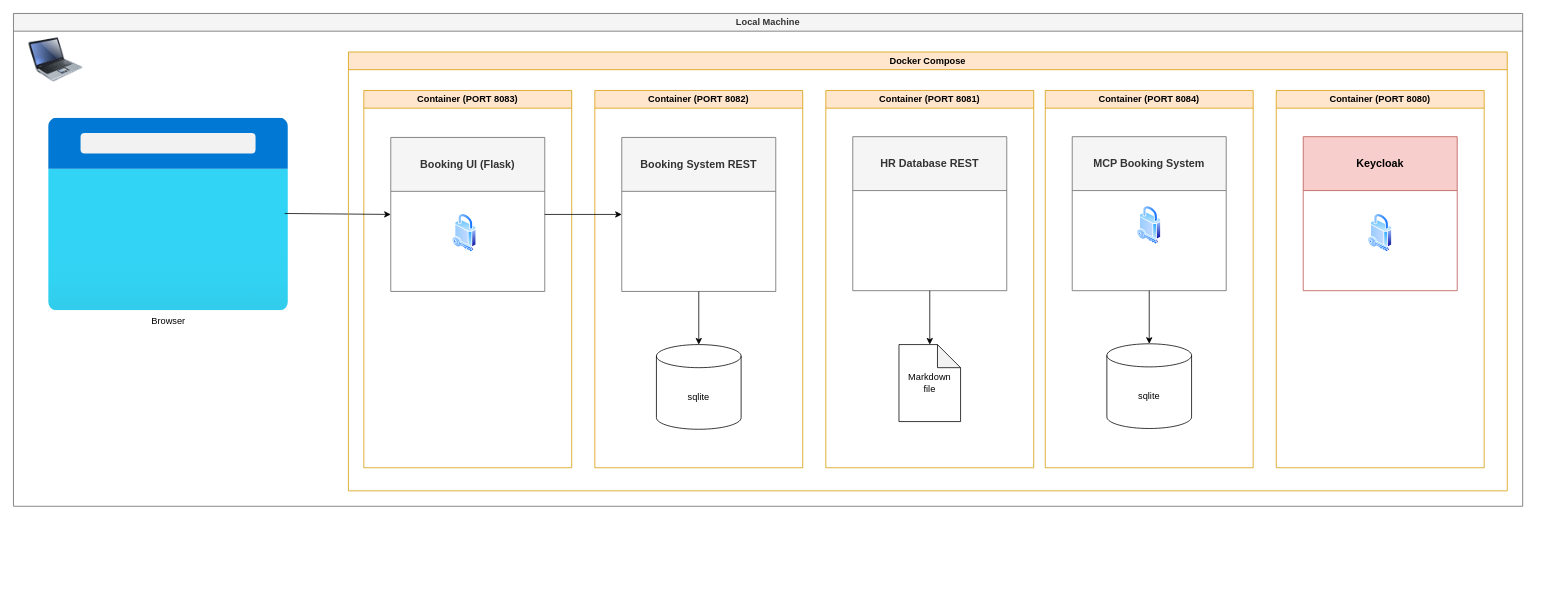
Earlier version of the draw.io diagram page "3-Booking-Applications-Docker-Compose" (3 of 5) of architecture/galaxim-travel-infrastructure.drawio (thomassuedbroecker/galaxium-travels-infrastructure-tsuedbro). Source tidied: cells renumbered, new cells numbered last; positions are measured from the earlier drawing's top-left corner, leaving out a move shared by most shapes. Both pictures are drawn from the tidied source at 77%, with x=0, y=0 at pixel (13, 13).
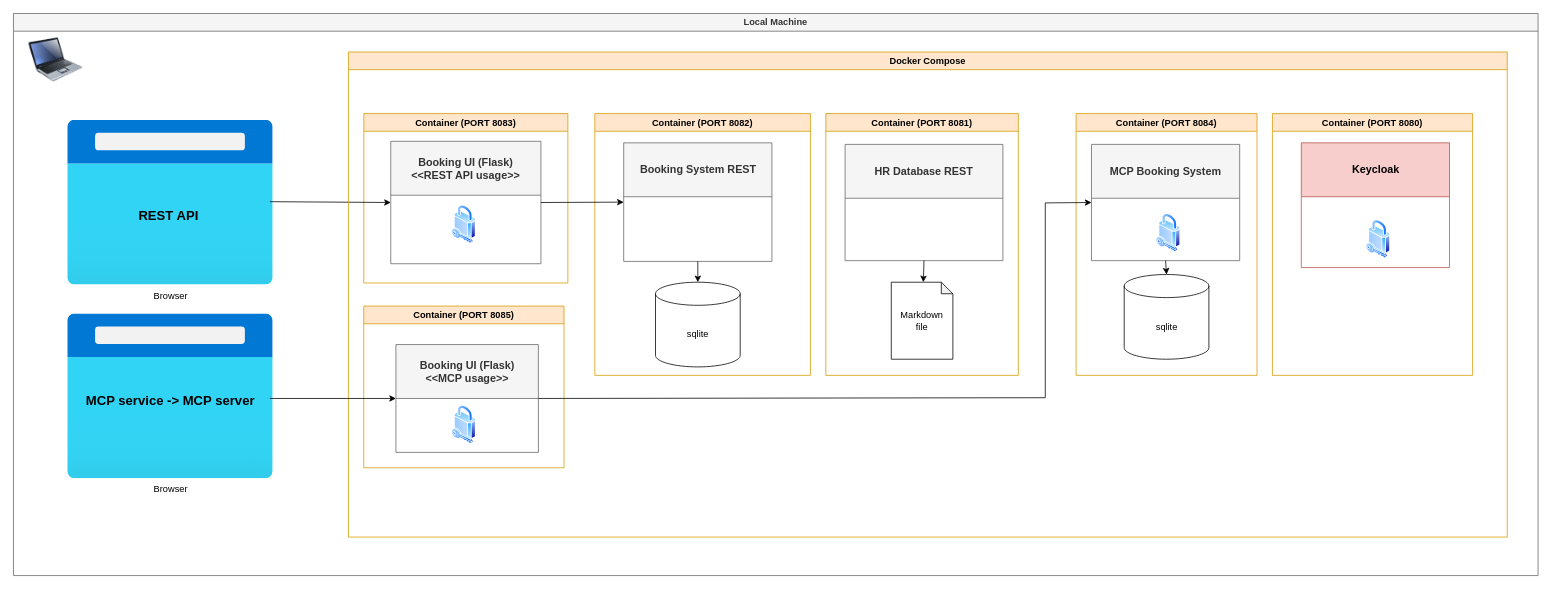
After the change.

What changed in the source:
```diff
@@
     <mxCell id="2" value="Local Machine" style="swimlane;whiteSpace=wrap;html=1;fillColor=#f5f5f5;strokeColor=#666666;fontColor=#333333;" parent="1" vertex="1">
-      <mxGeometry width="1960" height="640" as="geometry" />
+      <mxGeometry width="1980" height="730" as="geometry" />
     </mxCell>
     <mxCell id="3" value="Browser" style="image;html=1;points=[];align=center;fontSize=12;image=img/lib/azure2/general/Browser.svg;" parent="2" vertex="1">
-      <mxGeometry x="45" y="136" width="312.5" height="250" as="geometry" />
+      <mxGeometry x="70" y="138.5" width="267.5" height="214" as="geometry" />
     </mxCell>
     <mxCell id="4" value="Container (PORT 8083)" style="swimlane;whiteSpace=wrap;html=1;fillColor=#ffe6cc;strokeColor=#d79b00;" parent="2" vertex="1">
-      <mxGeometry x="455" y="100" width="270" height="490" as="geometry" />
+      <mxGeometry x="455" y="130" width="265" height="220" as="geometry" />
     </mxCell>
+    <mxCell id="6" style="endArrow=classic;html=1;rounded=0;entryX=0;entryY=0.5;entryDx=0;entryDy=0;exitX=0.983;exitY=0.495;exitDx=0;exitDy=0;exitPerimeter=0;" parent="2" edge="1" source="3" target="5">
+      <mxGeometry relative="1" as="geometry" />
+    </mxCell>
+    <mxCell id="12" value="Docker Compose" style="swimlane;whiteSpace=wrap;html=1;fillColor=#ffe6cc;strokeColor=#d79b00;" parent="2" vertex="1">
+      <mxGeometry x="435" y="50" width="1505" height="630" as="geometry" />
+    </mxCell>
+    <mxCell id="13" value="Container (PORT 8081)" style="swimlane;whiteSpace=wrap;html=1;fillColor=#ffe6cc;strokeColor=#d79b00;" parent="12" vertex="1">
+      <mxGeometry x="620" y="80" width="250" height="340" as="geometry" />
+    </mxCell>
+    <mxCell id="22" value="Container (PORT 8080)" style="swimlane;whiteSpace=wrap;html=1;fillColor=#ffe6cc;strokeColor=#d79b00;" parent="12" vertex="1">
+      <mxGeometry x="1200" y="80" width="260" height="340" as="geometry" />
+    </mxCell>
+    <mxCell id="23" value="&lt;font style=&quot;font-size: 14px;&quot;&gt;Keycloak&lt;/font&gt;" style="swimlane;whiteSpace=wrap;html=1;fillColor=#f8cecc;strokeColor=#b85450;startSize=70;" parent="22" vertex="1">
+      <mxGeometry x="37.5" y="38" width="192.5" height="162" as="geometry" />
+    </mxCell>
+    <mxCell id="24" style="image;perimeter=ellipsePerimeter;html=1;align=center;shadow=0;dashed=0;spacingTop=3;image=img/lib/active_directory/security.svg;" parent="23" vertex="1">
+      <mxGeometry x="84.2" y="100" width="31.5" height="50" as="geometry" />
+    </mxCell>
+    <mxCell id="27" value="Container (PORT 8085)" style="swimlane;whiteSpace=wrap;html=1;fillColor=#ffe6cc;strokeColor=#d79b00;" parent="12" vertex="1">
+      <mxGeometry x="19.9" y="330" width="260.1" height="210" as="geometry" />
+    </mxCell>
+    <mxCell id="28" value="&lt;font style=&quot;font-size: 14px;&quot;&gt;Booking UI (Flask)&lt;br&gt;&amp;lt;&amp;lt;MCP usage&amp;gt;&amp;gt;&lt;/font&gt;" style="swimlane;whiteSpace=wrap;html=1;fillColor=#f5f5f5;fontColor=#333333;strokeColor=#666666;startSize=70;" parent="27" vertex="1">
+      <mxGeometry x="41.8" y="50" width="185" height="140" as="geometry" />
+    </mxCell>
+    <mxCell id="29" style="image;perimeter=ellipsePerimeter;html=1;align=center;shadow=0;dashed=0;spacingTop=3;image=img/lib/active_directory/security.svg;" parent="28" vertex="1">
+      <mxGeometry x="72.6" y="79" width="31.5" height="50" as="geometry" />
+    </mxCell>
-    <mxCell id="5" value="&lt;font style=&quot;font-size: 14px;&quot;&gt;Booking UI (Flask)&lt;/font&gt;" style="swimlane;whiteSpace=wrap;html=1;fillColor=#f5f5f5;fontColor=#333333;strokeColor=#666666;startSize=70;" parent="4" vertex="1">
-      <mxGeometry x="35" y="61" width="200" height="200" as="geometry" />
+    <mxCell id="5" value="&lt;font style=&quot;font-size: 14px;&quot;&gt;Booking UI (Flask)&lt;br&gt;&amp;lt;&amp;lt;REST API usage&amp;gt;&amp;gt;&lt;/font&gt;" style="swimlane;whiteSpace=wrap;html=1;fillColor=#f5f5f5;fontColor=#333333;strokeColor=#666666;startSize=70;" parent="12" vertex="1">
+      <mxGeometry x="55" y="116" width="195" height="159" as="geometry" />
     </mxCell>
-    <mxCell id="6" style="endArrow=classic;html=1;rounded=0;entryX=0;entryY=0.5;entryDx=0;entryDy=0;exitX=0.983;exitY=0.495;exitDx=0;exitDy=0;exitPerimeter=0;" parent="2" edge="1" source="3" target="5">
-      <mxGeometry relative="1" as="geometry" />
-    </mxCell>
+    <mxCell id="25" style="image;perimeter=ellipsePerimeter;html=1;align=center;shadow=0;dashed=0;spacingTop=3;image=img/lib/active_directory/security.svg;" parent="5" vertex="1">
+      <mxGeometry x="79.2" y="83" width="31.5" height="50" as="geometry" />
+    </mxCell>
-    <mxCell id="7" value="Container (PORT 8082)" style="swimlane;whiteSpace=wrap;html=1;fillColor=#ffe6cc;strokeColor=#d79b00;" parent="2" vertex="1">
-      <mxGeometry x="755" y="100" width="270" height="490" as="geometry" />
+    <mxCell id="7" value="Container (PORT 8082)" style="swimlane;whiteSpace=wrap;html=1;fillColor=#ffe6cc;strokeColor=#d79b00;" parent="12" vertex="1">
+      <mxGeometry x="320" y="80" width="280" height="340" as="geometry" />
     </mxCell>
     <mxCell id="8" value="&lt;font style=&quot;font-size: 14px;&quot;&gt;Booking System REST&lt;/font&gt;" style="swimlane;whiteSpace=wrap;html=1;fillColor=#f5f5f5;fontColor=#333333;strokeColor=#666666;startSize=70;" parent="7" vertex="1">
-      <mxGeometry x="35" y="61" width="200" height="200" as="geometry" />
+      <mxGeometry x="37.5" y="38" width="192.5" height="154" as="geometry" />
     </mxCell>
@@
     <mxCell id="10" value="sqlite" style="shape=cylinder3;whiteSpace=wrap;html=1;boundedLbl=1;backgroundOutline=1;size=15;" parent="7" vertex="1">
-      <mxGeometry x="80" y="330" width="110" height="110" as="geometry" />
+      <mxGeometry x="78.8" y="219" width="110" height="110" as="geometry" />
     </mxCell>
-    <mxCell id="11" style="endArrow=classic;html=1;rounded=0;entryX=0;entryY=0.5;entryDx=0;entryDy=0;exitX=1;exitY=0.5;exitDx=0;exitDy=0;" parent="2" edge="1" source="5" target="8">
+    <mxCell id="11" style="endArrow=classic;html=1;rounded=0;entryX=0;entryY=0.5;entryDx=0;entryDy=0;exitX=1;exitY=0.5;exitDx=0;exitDy=0;" parent="12" edge="1" source="5" target="8">
       <mxGeometry relative="1" as="geometry" />
     </mxCell>
-    <mxCell id="12" value="Docker Compose" style="swimlane;whiteSpace=wrap;html=1;fillColor=#ffe6cc;strokeColor=#d79b00;" parent="2" vertex="1">
-      <mxGeometry x="435" y="50" width="1505" height="570" as="geometry" />
-    </mxCell>
-    <mxCell id="13" value="Container (PORT 8081)" style="swimlane;whiteSpace=wrap;html=1;fillColor=#ffe6cc;strokeColor=#d79b00;" parent="12" vertex="1">
-      <mxGeometry x="620" y="50" width="270" height="490" as="geometry" />
-    </mxCell>
+    <mxCell id="26" style="image;html=1;image=img/lib/clip_art/computers/Laptop_128x128.png;" parent="2" vertex="1">
+      <mxGeometry x="20" y="30" width="70" height="60" as="geometry" />
+    </mxCell>
+    <mxCell id="30" value="Browser" style="image;html=1;points=[];align=center;fontSize=12;image=img/lib/azure2/general/Browser.svg;" parent="2" vertex="1">
+      <mxGeometry x="70" y="390" width="267.5" height="214" as="geometry" />
+    </mxCell>
+    <mxCell id="31" style="endArrow=classic;html=1;rounded=0;entryX=0;entryY=0.5;entryDx=0;entryDy=0;exitX=0.983;exitY=0.514;exitDx=0;exitDy=0;exitPerimeter=0;" parent="2" edge="1" source="30" target="28">
+      <mxGeometry relative="1" as="geometry" />
+    </mxCell>
-    <mxCell id="14" value="&lt;font style=&quot;font-size: 14px;&quot;&gt;HR Database REST&lt;/font&gt;" style="swimlane;whiteSpace=wrap;html=1;fillColor=#f5f5f5;fontColor=#333333;strokeColor=#666666;startSize=70;" parent="13" vertex="1">
-      <mxGeometry x="35" y="60" width="200" height="200" as="geometry" />
+    <mxCell id="14" value="&lt;font style=&quot;font-size: 14px;&quot;&gt;HR Database REST&lt;/font&gt;" style="swimlane;whiteSpace=wrap;html=1;fillColor=#f5f5f5;fontColor=#333333;strokeColor=#666666;startSize=70;" parent="2" vertex="1">
+      <mxGeometry x="1080" y="170" width="205" height="151" as="geometry" />
     </mxCell>
+    <mxCell id="16" style="endArrow=classic;html=1;rounded=0;exitX=0.5;exitY=1;exitDx=0;exitDy=0;" parent="2" edge="1" source="14" target="15">
+      <mxGeometry relative="1" as="geometry" />
+    </mxCell>
-    <mxCell id="15" value="Markdown&lt;br&gt;file" style="shape=note;whiteSpace=wrap;html=1;backgroundOutline=1;darkOpacity=0.05;" parent="13" vertex="1">
-      <mxGeometry x="95" y="330" width="80" height="100" as="geometry" />
+    <mxCell id="15" value="Markdown&lt;br&gt;file" style="shape=note;whiteSpace=wrap;html=1;backgroundOutline=1;darkOpacity=0.05;size=15;" parent="2" vertex="1">
+      <mxGeometry x="1140" y="349" width="80" height="100" as="geometry" />
     </mxCell>
-    <mxCell id="16" style="endArrow=classic;html=1;rounded=0;" parent="13" edge="1" target="15">
-      <mxGeometry relative="1" as="geometry">
-        <mxPoint x="135" y="260" as="sourcePoint" />
-      </mxGeometry>
-    </mxCell>
-    <mxCell id="17" value="Container (PORT 8084)" style="swimlane;whiteSpace=wrap;html=1;fillColor=#ffe6cc;strokeColor=#d79b00;" parent="12" vertex="1">
-      <mxGeometry x="905" y="50" width="270" height="490" as="geometry" />
+    <mxCell id="17" value="Container (PORT 8084)" style="swimlane;whiteSpace=wrap;html=1;fillColor=#ffe6cc;strokeColor=#d79b00;" parent="2" vertex="1">
+      <mxGeometry x="1380" y="130" width="235" height="340" as="geometry" />
     </mxCell>
-    <mxCell id="18" value="&lt;font style=&quot;font-size: 14px;&quot;&gt;MCP Booking System&lt;/font&gt;" style="swimlane;whiteSpace=wrap;html=1;fillColor=#f5f5f5;fontColor=#333333;strokeColor=#666666;startSize=70;" parent="17" vertex="1">
-      <mxGeometry x="35" y="60" width="200" height="200" as="geometry" />
+    <mxCell id="18" value="&lt;font style=&quot;font-size: 14px;&quot;&gt;MCP Booking System&lt;/font&gt;" style="swimlane;whiteSpace=wrap;html=1;fillColor=#f5f5f5;fontColor=#333333;strokeColor=#666666;startSize=70;" parent="2" vertex="1">
+      <mxGeometry x="1400" y="170" width="192.5" height="151" as="geometry" />
     </mxCell>
@@
+    <mxCell id="21" value="sqlite" style="shape=cylinder3;whiteSpace=wrap;html=1;boundedLbl=1;backgroundOutline=1;size=15;" parent="2" vertex="1">
+      <mxGeometry x="1442.5" y="339" width="110" height="110" as="geometry" />
+    </mxCell>
-    <mxCell id="20" style="endArrow=classic;html=1;rounded=0;entryX=0.5;entryY=0;entryDx=0;entryDy=0;entryPerimeter=0;exitX=0.5;exitY=1;exitDx=0;exitDy=0;" parent="17" edge="1" target="21">
-      <mxGeometry relative="1" as="geometry">
-        <mxPoint x="135" y="260" as="sourcePoint" />
-      </mxGeometry>
+    <mxCell id="20" style="endArrow=classic;html=1;rounded=0;entryX=0.5;entryY=0;entryDx=0;entryDy=0;entryPerimeter=0;exitX=0.5;exitY=1;exitDx=0;exitDy=0;" parent="2" edge="1" source="18" target="21">
+      <mxGeometry relative="1" as="geometry" />
     </mxCell>
-    <mxCell id="21" value="sqlite" style="shape=cylinder3;whiteSpace=wrap;html=1;boundedLbl=1;backgroundOutline=1;size=15;" parent="17" vertex="1">
-      <mxGeometry x="80" y="329" width="110" height="110" as="geometry" />
-    </mxCell>
-    <mxCell id="22" value="Container (PORT 8080)" style="swimlane;whiteSpace=wrap;html=1;fillColor=#ffe6cc;strokeColor=#d79b00;" parent="12" vertex="1">
-      <mxGeometry x="1205" y="50" width="270" height="490" as="geometry" />
-    </mxCell>
-    <mxCell id="23" value="&lt;font style=&quot;font-size: 14px;&quot;&gt;Keycloak&lt;/font&gt;" style="swimlane;whiteSpace=wrap;html=1;fillColor=#f8cecc;strokeColor=#b85450;startSize=70;" parent="22" vertex="1">
-      <mxGeometry x="35" y="60" width="200" height="200" as="geometry" />
-    </mxCell>
-    <mxCell id="24" style="image;perimeter=ellipsePerimeter;html=1;align=center;shadow=0;dashed=0;spacingTop=3;image=img/lib/active_directory/security.svg;" parent="23" vertex="1">
-      <mxGeometry x="84.2" y="100" width="31.5" height="50" as="geometry" />
-    </mxCell>
-    <mxCell id="25" style="image;perimeter=ellipsePerimeter;html=1;align=center;shadow=0;dashed=0;spacingTop=3;image=img/lib/active_directory/security.svg;" parent="12" vertex="1">
-      <mxGeometry x="135" y="210" width="31.5" height="50" as="geometry" />
-    </mxCell>
-    <mxCell id="26" style="image;html=1;image=img/lib/clip_art/computers/Laptop_128x128.png;" parent="2" vertex="1">
-      <mxGeometry x="20" y="30" width="70" height="60" as="geometry" />
-    </mxCell>
+    <mxCell id="32" style="endArrow=classic;html=1;rounded=0;exitX=1;exitY=0.5;exitDx=0;exitDy=0;entryX=0;entryY=0.5;entryDx=0;entryDy=0;" parent="2" edge="1" source="28" target="18">
+      <mxGeometry relative="1" as="geometry">
+        <Array as="points">
+          <mxPoint x="1340" y="499" />
+          <mxPoint x="1340" y="246" />
+        </Array>
+      </mxGeometry>
+    </mxCell>
+    <mxCell id="33" value="&lt;b&gt;REST API&amp;nbsp;&lt;/b&gt;" style="text;html=1;whiteSpace=wrap;strokeColor=none;fillColor=none;align=center;verticalAlign=middle;rounded=0;fontSize=17;" parent="2" vertex="1">
+      <mxGeometry x="156.6" y="249" width="94.4" height="30" as="geometry" />
+    </mxCell>
+    <mxCell id="34" value="&lt;b&gt;MCP service -&amp;gt; MCP server&lt;/b&gt;" style="text;html=1;whiteSpace=wrap;strokeColor=none;fillColor=none;align=center;verticalAlign=middle;rounded=0;fontSize=17;" parent="2" vertex="1">
+      <mxGeometry x="84.8" y="489" width="238" height="30" as="geometry" />
+    </mxCell>
```
